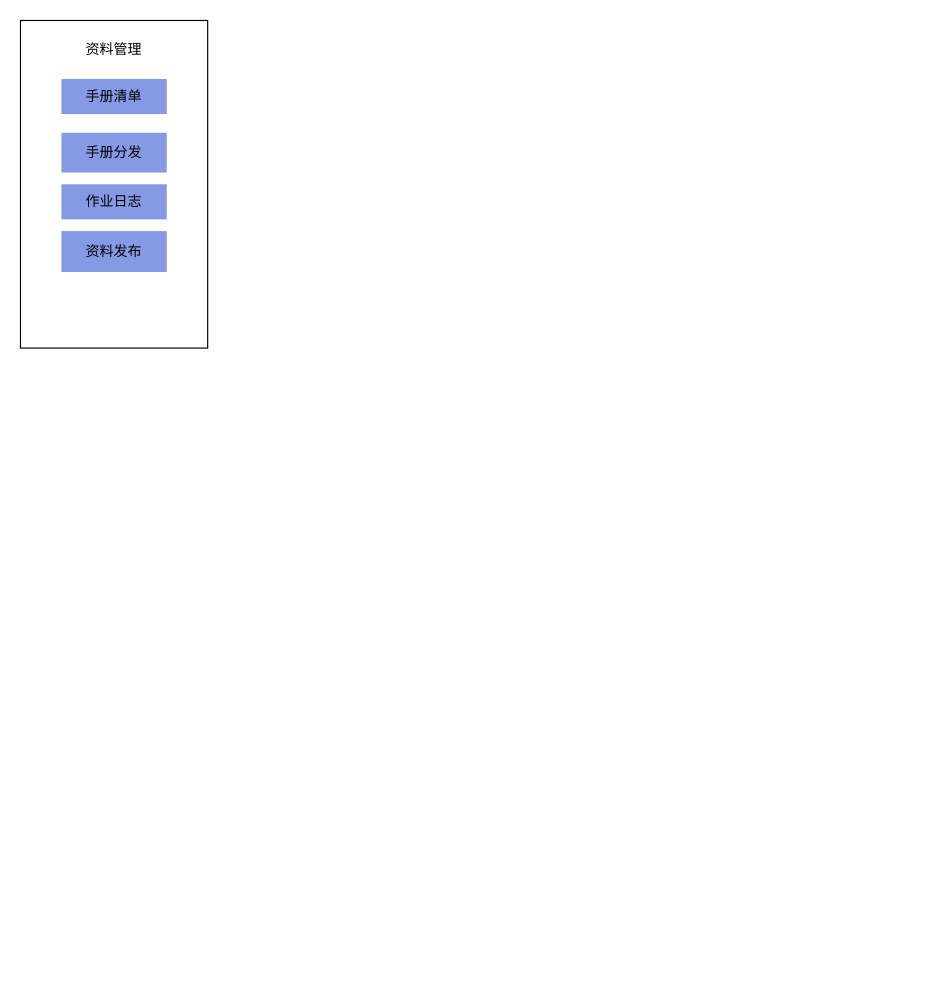
DemonHan/KuickBuy keeps this draw.io diagram as imap_2/售前-业务架构图.drawio. Above is the earlier version. Source tidied: cells renumbered, new cells numbered last; positions are measured from the earlier drawing's top-left corner, leaving out a move shared by most shapes. Both pictures are drawn from the tidied source at 117%, with x=0, y=0 at pixel (20, 20).
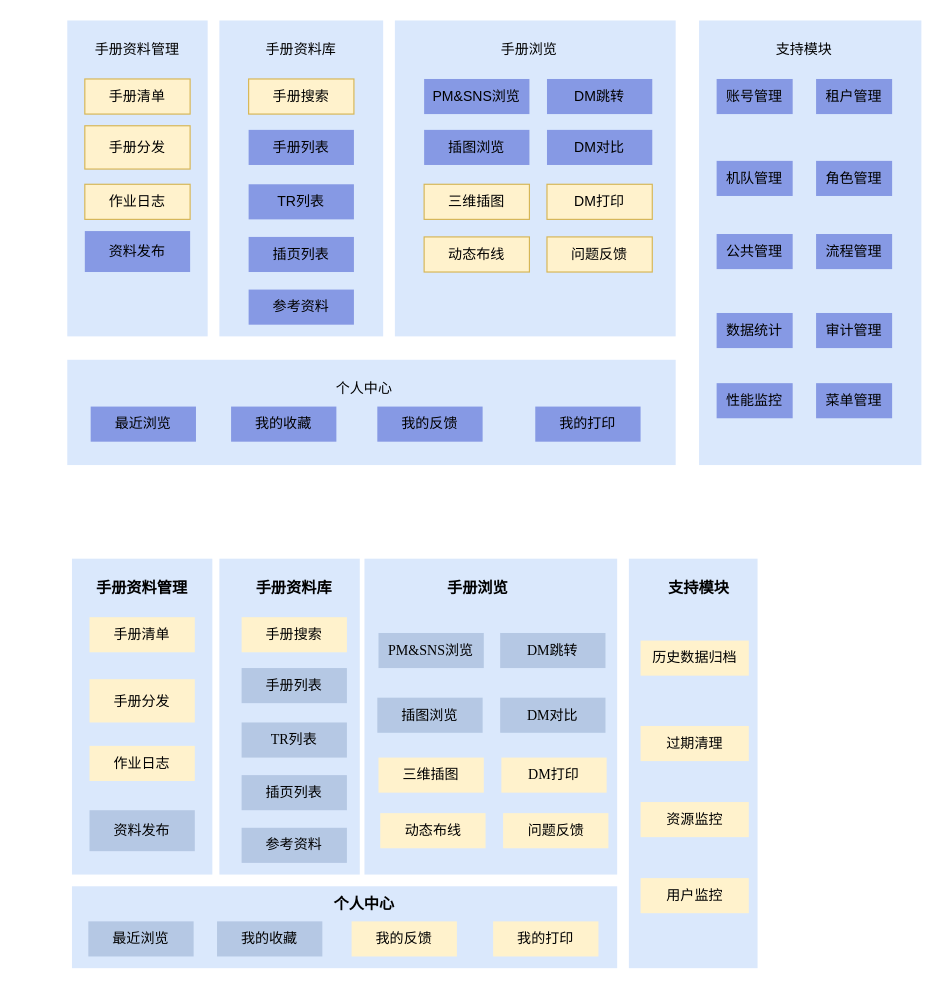
Above is the later version.

Commit message (it also covers changes not shown here):
更新售前-业务架构图.drawio

Change to the diagram source:
```diff
@@
-    <mxCell id="2" style="rounded=0;whiteSpace=wrap;html=1;" parent="1" vertex="1">
-      <mxGeometry width="160" height="280" as="geometry" />
+    <mxCell id="2" style="rounded=0;whiteSpace=wrap;html=1;fillColor=#dae8fc;strokeColor=none;" parent="1" vertex="1">
+      <mxGeometry x="40" width="120" height="270" as="geometry" />
     </mxCell>
-    <mxCell id="3" value="手册清单" style="rounded=0;whiteSpace=wrap;html=1;fillColor=light-dark(#8699e4, #ededed);strokeColor=none;" parent="1" vertex="1">
-      <mxGeometry x="35" y="50" width="90" height="30" as="geometry" />
+    <mxCell id="3" value="手册清单" style="rounded=0;whiteSpace=wrap;html=1;fillColor=#fff2cc;strokeColor=#d6b656;" parent="1" vertex="1">
+      <mxGeometry x="55" y="50" width="90" height="30" as="geometry" />
     </mxCell>
-    <mxCell id="4" value="资料管理" style="text;html=1;align=center;verticalAlign=middle;whiteSpace=wrap;rounded=0;" parent="1" vertex="1">
-      <mxGeometry x="50" y="10" width="60" height="30" as="geometry" />
+    <mxCell id="4" value="手册资料管理" style="text;html=1;align=center;verticalAlign=middle;whiteSpace=wrap;rounded=0;" parent="1" vertex="1">
+      <mxGeometry x="60" y="10" width="80" height="30" as="geometry" />
     </mxCell>
-    <mxCell id="5" value="手册分发" style="rounded=0;whiteSpace=wrap;html=1;fillColor=light-dark(#8699e4, #ededed);strokeColor=none;" parent="1" vertex="1">
-      <mxGeometry x="35" y="96" width="90" height="34" as="geometry" />
+    <mxCell id="5" value="手册分发" style="rounded=0;whiteSpace=wrap;html=1;fillColor=#fff2cc;strokeColor=#d6b656;" parent="1" vertex="1">
+      <mxGeometry x="55" y="90" width="90" height="37" as="geometry" />
     </mxCell>
-    <mxCell id="6" value="作业日志" style="rounded=0;whiteSpace=wrap;html=1;fillColor=light-dark(#8699e4, #ededed);strokeColor=none;" parent="1" vertex="1">
-      <mxGeometry x="35" y="140" width="90" height="30" as="geometry" />
+    <mxCell id="6" value="作业日志" style="rounded=0;whiteSpace=wrap;html=1;fillColor=#fff2cc;strokeColor=#d6b656;" parent="1" vertex="1">
+      <mxGeometry x="55" y="140" width="90" height="30" as="geometry" />
     </mxCell>
     <mxCell id="7" value="资料发布" style="rounded=0;whiteSpace=wrap;html=1;fillColor=light-dark(#8699e4, #ededed);strokeColor=none;" parent="1" vertex="1">
-      <mxGeometry x="35" y="180" width="90" height="35" as="geometry" />
+      <mxGeometry x="55" y="180" width="90" height="35" as="geometry" />
     </mxCell>
+    <mxCell id="8" style="rounded=0;whiteSpace=wrap;html=1;fillColor=#dae8fc;strokeColor=none;" parent="1" vertex="1">
+      <mxGeometry x="170" width="140" height="270" as="geometry" />
+    </mxCell>
+    <mxCell id="9" value="手册搜索" style="rounded=0;whiteSpace=wrap;html=1;fillColor=#fff2cc;strokeColor=#d6b656;" parent="1" vertex="1">
+      <mxGeometry x="195" y="50" width="90" height="30" as="geometry" />
+    </mxCell>
+    <mxCell id="10" value="手册资料库" style="text;html=1;align=center;verticalAlign=middle;whiteSpace=wrap;rounded=0;" parent="1" vertex="1">
+      <mxGeometry x="200" y="10" width="80" height="30" as="geometry" />
+    </mxCell>
+    <mxCell id="11" value="手册列表" style="rounded=0;whiteSpace=wrap;html=1;fillColor=light-dark(#8699e4, #ededed);strokeColor=none;" parent="1" vertex="1">
+      <mxGeometry x="195" y="93.5" width="90" height="30" as="geometry" />
+    </mxCell>
+    <mxCell id="12" value="TR列表" style="rounded=0;whiteSpace=wrap;html=1;fillColor=light-dark(#8699e4, #ededed);strokeColor=none;" parent="1" vertex="1">
+      <mxGeometry x="195" y="140" width="90" height="30" as="geometry" />
+    </mxCell>
+    <mxCell id="13" value="插页列表" style="rounded=0;whiteSpace=wrap;html=1;fillColor=light-dark(#8699e4, #ededed);strokeColor=none;" parent="1" vertex="1">
+      <mxGeometry x="195" y="185" width="90" height="30" as="geometry" />
+    </mxCell>
+    <mxCell id="14" value="参考资料" style="rounded=0;whiteSpace=wrap;html=1;fillColor=light-dark(#8699e4, #ededed);strokeColor=none;" parent="1" vertex="1">
+      <mxGeometry x="195" y="230" width="90" height="30" as="geometry" />
+    </mxCell>
+    <mxCell id="15" style="rounded=0;whiteSpace=wrap;html=1;fillColor=#dae8fc;strokeColor=none;" parent="1" vertex="1">
+      <mxGeometry x="320" width="240" height="270" as="geometry" />
+    </mxCell>
+    <mxCell id="16" value="手册浏览" style="text;html=1;align=center;verticalAlign=middle;whiteSpace=wrap;rounded=0;" parent="1" vertex="1">
+      <mxGeometry x="395" y="10" width="80" height="30" as="geometry" />
+    </mxCell>
+    <mxCell id="17" value="PM&amp;amp;SNS浏览" style="rounded=0;whiteSpace=wrap;html=1;fillColor=light-dark(#8699e4, #ededed);strokeColor=none;" parent="1" vertex="1">
+      <mxGeometry x="345" y="50" width="90" height="30" as="geometry" />
+    </mxCell>
+    <mxCell id="18" value="插图浏览" style="rounded=0;whiteSpace=wrap;html=1;fillColor=light-dark(#8699e4, #ededed);strokeColor=none;" parent="1" vertex="1">
+      <mxGeometry x="345" y="93.5" width="90" height="30" as="geometry" />
+    </mxCell>
+    <mxCell id="19" value="三维插图" style="rounded=0;whiteSpace=wrap;html=1;fillColor=#fff2cc;strokeColor=#d6b656;" parent="1" vertex="1">
+      <mxGeometry x="345" y="140" width="90" height="30" as="geometry" />
+    </mxCell>
+    <mxCell id="20" value="DM跳转" style="rounded=0;whiteSpace=wrap;html=1;fillColor=light-dark(#8699e4, #ededed);strokeColor=none;" parent="1" vertex="1">
+      <mxGeometry x="450" y="50" width="90" height="30" as="geometry" />
+    </mxCell>
+    <mxCell id="21" value="DM对比" style="rounded=0;whiteSpace=wrap;html=1;fillColor=light-dark(#8699e4, #ededed);strokeColor=none;" parent="1" vertex="1">
+      <mxGeometry x="450" y="93.5" width="90" height="30" as="geometry" />
+    </mxCell>
+    <mxCell id="22" value="DM打印" style="rounded=0;whiteSpace=wrap;html=1;fillColor=#fff2cc;strokeColor=#d6b656;" parent="1" vertex="1">
+      <mxGeometry x="450" y="140" width="90" height="30" as="geometry" />
+    </mxCell>
+    <mxCell id="23" value="动态布线" style="rounded=0;whiteSpace=wrap;html=1;fillColor=#fff2cc;strokeColor=#d6b656;" parent="1" vertex="1">
+      <mxGeometry x="345" y="185" width="90" height="30" as="geometry" />
+    </mxCell>
+    <mxCell id="24" value="问题反馈" style="rounded=0;whiteSpace=wrap;html=1;fillColor=#fff2cc;strokeColor=#d6b656;" parent="1" vertex="1">
+      <mxGeometry x="450" y="185" width="90" height="30" as="geometry" />
+    </mxCell>
+    <mxCell id="25" style="rounded=0;whiteSpace=wrap;html=1;fillColor=#dae8fc;strokeColor=none;" parent="1" vertex="1">
+      <mxGeometry x="40" y="290" width="520" height="90" as="geometry" />
+    </mxCell>
+    <mxCell id="26" value="个人中心" style="text;html=1;align=center;verticalAlign=middle;whiteSpace=wrap;rounded=0;" parent="1" vertex="1">
+      <mxGeometry x="254" y="300" width="80" height="30" as="geometry" />
+    </mxCell>
+    <mxCell id="27" value="最近浏览" style="rounded=0;whiteSpace=wrap;html=1;fillColor=light-dark(#8699e4, #ededed);strokeColor=none;" parent="1" vertex="1">
+      <mxGeometry x="60" y="330" width="90" height="30" as="geometry" />
+    </mxCell>
+    <mxCell id="28" value="我的收藏" style="rounded=0;whiteSpace=wrap;html=1;fillColor=light-dark(#8699e4, #ededed);strokeColor=none;" parent="1" vertex="1">
+      <mxGeometry x="180" y="330" width="90" height="30" as="geometry" />
+    </mxCell>
+    <mxCell id="29" value="我的打印" style="rounded=0;whiteSpace=wrap;html=1;fillColor=light-dark(#8699e4, #ededed);strokeColor=none;" parent="1" vertex="1">
+      <mxGeometry x="440" y="330" width="90" height="30" as="geometry" />
+    </mxCell>
+    <mxCell id="30" value="我的反馈" style="rounded=0;whiteSpace=wrap;html=1;fillColor=light-dark(#8699e4, #ededed);strokeColor=none;" parent="1" vertex="1">
+      <mxGeometry x="305" y="330" width="90" height="30" as="geometry" />
+    </mxCell>
+    <mxCell id="31" style="rounded=0;whiteSpace=wrap;html=1;fillColor=#dae8fc;strokeColor=none;" parent="1" vertex="1">
+      <mxGeometry x="580" width="190" height="380" as="geometry" />
+    </mxCell>
+    <mxCell id="32" value="支持模块" style="text;html=1;align=center;verticalAlign=middle;whiteSpace=wrap;rounded=0;" parent="1" vertex="1">
+      <mxGeometry x="630" y="10" width="80" height="30" as="geometry" />
+    </mxCell>
+    <mxCell id="33" value="账号管理" style="rounded=0;whiteSpace=wrap;html=1;fillColor=light-dark(#8699e4, #ededed);strokeColor=none;" parent="1" vertex="1">
+      <mxGeometry x="595" y="50" width="65" height="30" as="geometry" />
+    </mxCell>
+    <mxCell id="34" value="租户管理" style="rounded=0;whiteSpace=wrap;html=1;fillColor=light-dark(#8699e4, #ededed);strokeColor=none;" parent="1" vertex="1">
+      <mxGeometry x="680" y="50" width="65" height="30" as="geometry" />
+    </mxCell>
+    <mxCell id="35" value="机队管理" style="rounded=0;whiteSpace=wrap;html=1;fillColor=light-dark(#8699e4, #ededed);strokeColor=none;" parent="1" vertex="1">
+      <mxGeometry x="595" y="120" width="65" height="30" as="geometry" />
+    </mxCell>
+    <mxCell id="36" value="角色管理" style="rounded=0;whiteSpace=wrap;html=1;fillColor=light-dark(#8699e4, #ededed);strokeColor=none;" parent="1" vertex="1">
+      <mxGeometry x="680" y="120" width="65" height="30" as="geometry" />
+    </mxCell>
+    <mxCell id="37" value="公共管理" style="rounded=0;whiteSpace=wrap;html=1;fillColor=light-dark(#8699e4, #ededed);strokeColor=none;" parent="1" vertex="1">
+      <mxGeometry x="595" y="182.5" width="65" height="30" as="geometry" />
+    </mxCell>
+    <mxCell id="38" value="流程管理" style="rounded=0;whiteSpace=wrap;html=1;fillColor=light-dark(#8699e4, #ededed);strokeColor=none;" parent="1" vertex="1">
+      <mxGeometry x="680" y="182.5" width="65" height="30" as="geometry" />
+    </mxCell>
+    <mxCell id="39" value="数据统计" style="rounded=0;whiteSpace=wrap;html=1;fillColor=light-dark(#8699e4, #ededed);strokeColor=none;" parent="1" vertex="1">
+      <mxGeometry x="595" y="250" width="65" height="30" as="geometry" />
+    </mxCell>
+    <mxCell id="40" value="审计管理" style="rounded=0;whiteSpace=wrap;html=1;fillColor=light-dark(#8699e4, #ededed);strokeColor=none;" parent="1" vertex="1">
+      <mxGeometry x="680" y="250" width="65" height="30" as="geometry" />
+    </mxCell>
+    <mxCell id="41" value="性能监控" style="rounded=0;whiteSpace=wrap;html=1;fillColor=light-dark(#8699e4, #ededed);strokeColor=none;" parent="1" vertex="1">
+      <mxGeometry x="595" y="310" width="65" height="30" as="geometry" />
+    </mxCell>
+    <mxCell id="42" value="菜单管理" style="rounded=0;whiteSpace=wrap;html=1;fillColor=light-dark(#8699e4, #ededed);strokeColor=none;" parent="1" vertex="1">
+      <mxGeometry x="680" y="310" width="65" height="30" as="geometry" />
+    </mxCell>
+    <mxCell id="43" style="rounded=0;whiteSpace=wrap;html=1;fillColor=#dae8fc;strokeColor=none;" parent="1" vertex="1">
+      <mxGeometry x="44" y="460" width="120" height="270" as="geometry" />
+    </mxCell>
+    <mxCell id="44" value="手册清单" style="rounded=0;whiteSpace=wrap;html=1;fillColor=#fff2cc;strokeColor=none;fontFamily=Times New Roman;" parent="1" vertex="1">
+      <mxGeometry x="59" y="510" width="90" height="30" as="geometry" />
+    </mxCell>
+    <mxCell id="45" value="手册资料管理" style="text;html=1;align=center;verticalAlign=middle;whiteSpace=wrap;rounded=0;fontStyle=1;fontSize=13;" parent="1" vertex="1">
+      <mxGeometry x="64" y="470" width="80" height="30" as="geometry" />
+    </mxCell>
+    <mxCell id="46" value="手册分发" style="rounded=0;whiteSpace=wrap;html=1;fillColor=#fff2cc;strokeColor=none;fontFamily=Times New Roman;" parent="1" vertex="1">
+      <mxGeometry x="59" y="563" width="90" height="37" as="geometry" />
+    </mxCell>
+    <mxCell id="47" value="作业日志" style="rounded=0;whiteSpace=wrap;html=1;fillColor=#fff2cc;strokeColor=none;fontFamily=Times New Roman;" parent="1" vertex="1">
+      <mxGeometry x="59" y="620" width="90" height="30" as="geometry" />
+    </mxCell>
+    <mxCell id="48" value="资料发布" style="rounded=0;whiteSpace=wrap;html=1;fillColor=light-dark(#B5C8E4,#EDEDED);strokeColor=none;fontFamily=Times New Roman;" parent="1" vertex="1">
+      <mxGeometry x="59" y="675" width="90" height="35" as="geometry" />
+    </mxCell>
+    <mxCell id="49" style="rounded=0;whiteSpace=wrap;html=1;fillColor=#dae8fc;strokeColor=none;" parent="1" vertex="1">
+      <mxGeometry x="170" y="460" width="120" height="270" as="geometry" />
+    </mxCell>
+    <mxCell id="50" value="手册搜索" style="rounded=0;whiteSpace=wrap;html=1;fillColor=#fff2cc;strokeColor=none;fontFamily=Times New Roman;" parent="1" vertex="1">
+      <mxGeometry x="189" y="510" width="90" height="30" as="geometry" />
+    </mxCell>
+    <mxCell id="51" value="手册资料库" style="text;html=1;align=center;verticalAlign=middle;whiteSpace=wrap;rounded=0;fontStyle=1;fontSize=13;" parent="1" vertex="1">
+      <mxGeometry x="194" y="470" width="80" height="30" as="geometry" />
+    </mxCell>
+    <mxCell id="52" value="手册列表" style="rounded=0;whiteSpace=wrap;html=1;fillColor=light-dark(#B5C8E4,#EDEDED);strokeColor=none;fontFamily=Times New Roman;" parent="1" vertex="1">
+      <mxGeometry x="189" y="553.5" width="90" height="30" as="geometry" />
+    </mxCell>
+    <mxCell id="53" value="TR列表" style="rounded=0;whiteSpace=wrap;html=1;fillColor=light-dark(#B5C8E4,#EDEDED);strokeColor=none;fontFamily=Times New Roman;" parent="1" vertex="1">
+      <mxGeometry x="189" y="600" width="90" height="30" as="geometry" />
+    </mxCell>
+    <mxCell id="54" value="插页列表" style="rounded=0;whiteSpace=wrap;html=1;fillColor=light-dark(#B5C8E4,#EDEDED);strokeColor=none;fontFamily=Times New Roman;" parent="1" vertex="1">
+      <mxGeometry x="189" y="645" width="90" height="30" as="geometry" />
+    </mxCell>
+    <mxCell id="55" value="参考资料" style="rounded=0;whiteSpace=wrap;html=1;fillColor=light-dark(#B5C8E4,#EDEDED);strokeColor=none;fontFamily=Times New Roman;" parent="1" vertex="1">
+      <mxGeometry x="189" y="690" width="90" height="30" as="geometry" />
+    </mxCell>
+    <mxCell id="56" style="rounded=0;whiteSpace=wrap;html=1;fillColor=#dae8fc;strokeColor=none;" parent="1" vertex="1">
+      <mxGeometry x="294" y="460" width="216" height="270" as="geometry" />
+    </mxCell>
+    <mxCell id="57" value="手册浏览" style="text;html=1;align=center;verticalAlign=middle;whiteSpace=wrap;rounded=0;fontStyle=1;fontSize=13;" parent="1" vertex="1">
+      <mxGeometry x="351" y="470" width="80" height="30" as="geometry" />
+    </mxCell>
+    <mxCell id="58" value="PM&amp;amp;SNS浏览" style="rounded=0;whiteSpace=wrap;html=1;fillColor=light-dark(#B5C8E4,#EDEDED);strokeColor=none;fontFamily=Times New Roman;" parent="1" vertex="1">
+      <mxGeometry x="306" y="523.5" width="90" height="30" as="geometry" />
+    </mxCell>
+    <mxCell id="59" value="插图浏览" style="rounded=0;whiteSpace=wrap;html=1;fillColor=light-dark(#B5C8E4,#EDEDED);strokeColor=none;fontFamily=Times New Roman;" parent="1" vertex="1">
+      <mxGeometry x="305" y="578.8" width="90" height="30" as="geometry" />
+    </mxCell>
+    <mxCell id="60" value="三维插图" style="rounded=0;whiteSpace=wrap;html=1;fillColor=#fff2cc;strokeColor=none;fontFamily=Times New Roman;" parent="1" vertex="1">
+      <mxGeometry x="306" y="630" width="90" height="30" as="geometry" />
+    </mxCell>
+    <mxCell id="61" value="DM跳转" style="rounded=0;whiteSpace=wrap;html=1;fillColor=light-dark(#B5C8E4,#EDEDED);strokeColor=none;fontFamily=Times New Roman;" parent="1" vertex="1">
+      <mxGeometry x="410" y="523.5" width="90" height="30" as="geometry" />
+    </mxCell>
+    <mxCell id="62" value="DM对比" style="rounded=0;whiteSpace=wrap;html=1;fillColor=light-dark(#B5C8E4,#EDEDED);strokeColor=none;fontFamily=Times New Roman;" parent="1" vertex="1">
+      <mxGeometry x="410" y="578.8" width="90" height="30" as="geometry" />
+    </mxCell>
+    <mxCell id="63" value="DM打印" style="rounded=0;whiteSpace=wrap;html=1;fillColor=#fff2cc;strokeColor=none;fontFamily=Times New Roman;" parent="1" vertex="1">
+      <mxGeometry x="411" y="630" width="90" height="30" as="geometry" />
+    </mxCell>
+    <mxCell id="64" value="动态布线" style="rounded=0;whiteSpace=wrap;html=1;fillColor=#fff2cc;strokeColor=none;fontFamily=Times New Roman;" parent="1" vertex="1">
+      <mxGeometry x="307.5" y="677.5" width="90" height="30" as="geometry" />
+    </mxCell>
+    <mxCell id="65" value="问题反馈" style="rounded=0;whiteSpace=wrap;html=1;fillColor=#fff2cc;strokeColor=none;fontFamily=Times New Roman;" parent="1" vertex="1">
+      <mxGeometry x="412.5" y="677.5" width="90" height="30" as="geometry" />
+    </mxCell>
+    <mxCell id="66" style="rounded=0;whiteSpace=wrap;html=1;fillColor=#dae8fc;strokeColor=none;fontFamily=Times New Roman;" parent="1" vertex="1">
+      <mxGeometry x="44" y="740" width="466" height="70" as="geometry" />
+    </mxCell>
+    <mxCell id="67" value="个人中心" style="text;html=1;align=center;verticalAlign=middle;whiteSpace=wrap;rounded=0;fontStyle=1;fontSize=13;fontFamily=Times New Roman;" parent="1" vertex="1">
+      <mxGeometry x="254" y="740" width="80" height="30" as="geometry" />
+    </mxCell>
+    <mxCell id="68" value="最近浏览" style="rounded=0;whiteSpace=wrap;html=1;fillColor=light-dark(#B5C8E4,#EDEDED);strokeColor=none;fontFamily=Times New Roman;" parent="1" vertex="1">
+      <mxGeometry x="58" y="770" width="90" height="30" as="geometry" />
+    </mxCell>
+    <mxCell id="69" value="我的收藏" style="rounded=0;whiteSpace=wrap;html=1;fillColor=light-dark(#B5C8E4,#EDEDED);strokeColor=none;fontFamily=Times New Roman;" parent="1" vertex="1">
+      <mxGeometry x="168" y="770" width="90" height="30" as="geometry" />
+    </mxCell>
+    <mxCell id="70" value="我的打印" style="rounded=0;whiteSpace=wrap;html=1;fillColor=#fff2cc;strokeColor=none;fontFamily=Times New Roman;" parent="1" vertex="1">
+      <mxGeometry x="404" y="770" width="90" height="30" as="geometry" />
+    </mxCell>
+    <mxCell id="71" value="我的反馈" style="rounded=0;whiteSpace=wrap;html=1;fillColor=#fff2cc;strokeColor=none;fontFamily=Times New Roman;" parent="1" vertex="1">
+      <mxGeometry x="283" y="770" width="90" height="30" as="geometry" />
+    </mxCell>
+    <mxCell id="72" style="rounded=0;whiteSpace=wrap;html=1;fillColor=#dae8fc;strokeColor=none;" parent="1" vertex="1">
+      <mxGeometry x="520" y="460" width="110" height="350" as="geometry" />
+    </mxCell>
+    <mxCell id="73" value="支持模块" style="text;html=1;align=center;verticalAlign=middle;whiteSpace=wrap;rounded=0;fontStyle=1;fontSize=13;" parent="1" vertex="1">
+      <mxGeometry x="540" y="470" width="80" height="30" as="geometry" />
+    </mxCell>
+    <mxCell id="74" value="历史数据归档" style="rounded=0;whiteSpace=wrap;html=1;fillColor=#fff2cc;strokeColor=none;fontFamily=Times New Roman;" parent="1" vertex="1">
+      <mxGeometry x="530" y="530" width="92.5" height="30" as="geometry" />
+    </mxCell>
+    <mxCell id="75" value="过期清理" style="rounded=0;whiteSpace=wrap;html=1;fillColor=#fff2cc;strokeColor=none;fontFamily=Times New Roman;" parent="1" vertex="1">
+      <mxGeometry x="530" y="603" width="92.5" height="30" as="geometry" />
+    </mxCell>
+    <mxCell id="76" value="资源监控" style="rounded=0;whiteSpace=wrap;html=1;fillColor=#fff2cc;strokeColor=none;fontFamily=Times New Roman;" parent="1" vertex="1">
+      <mxGeometry x="530" y="668" width="92.5" height="30" as="geometry" />
+    </mxCell>
+    <mxCell id="77" value="用户监控" style="rounded=0;whiteSpace=wrap;html=1;fillColor=#fff2cc;strokeColor=none;fontFamily=Times New Roman;" parent="1" vertex="1">
+      <mxGeometry x="530" y="733" width="92.5" height="30" as="geometry" />
+    </mxCell>
```
